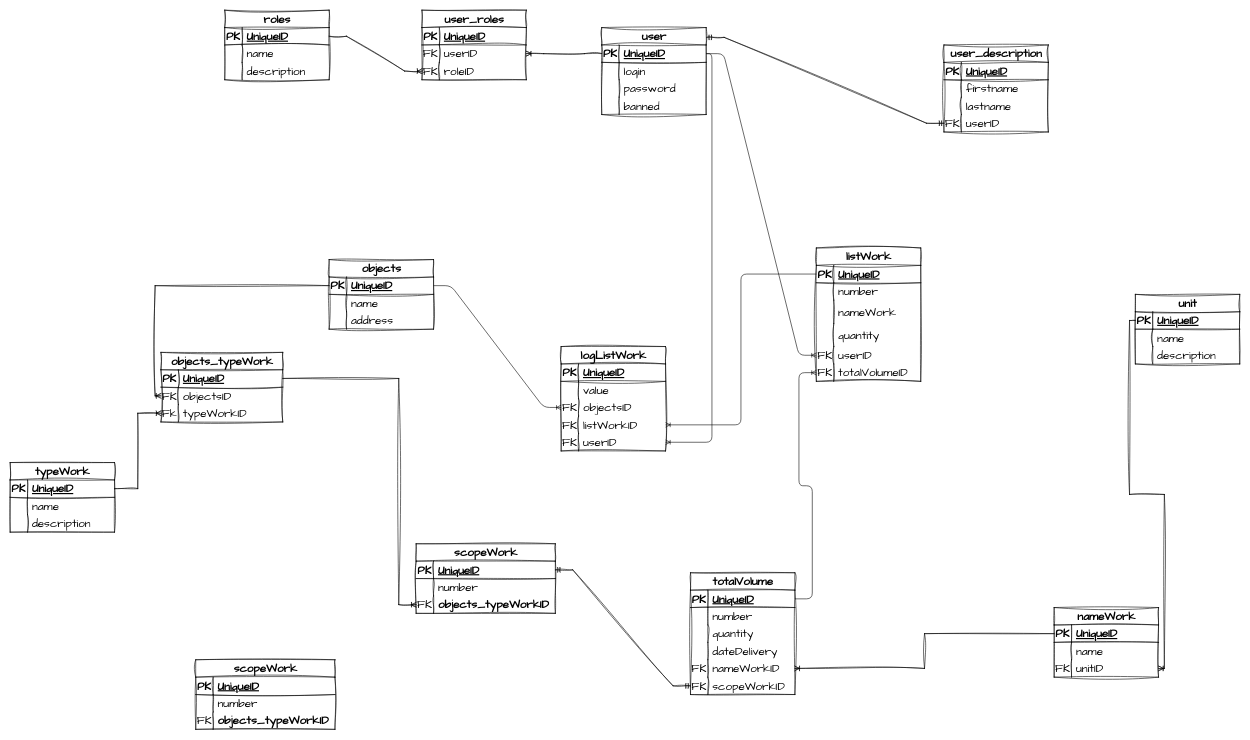
Above: scope.drawio in roman-kiselev/scopeWork (draw.io), before the change. Source tidied: cells renumbered, new cells numbered last; positions are measured from the earlier drawing's top-left corner, leaving out a move shared by most shapes. Both pictures are drawn from the tidied source at 58%, with x=0, y=0 at pixel (10, 10).
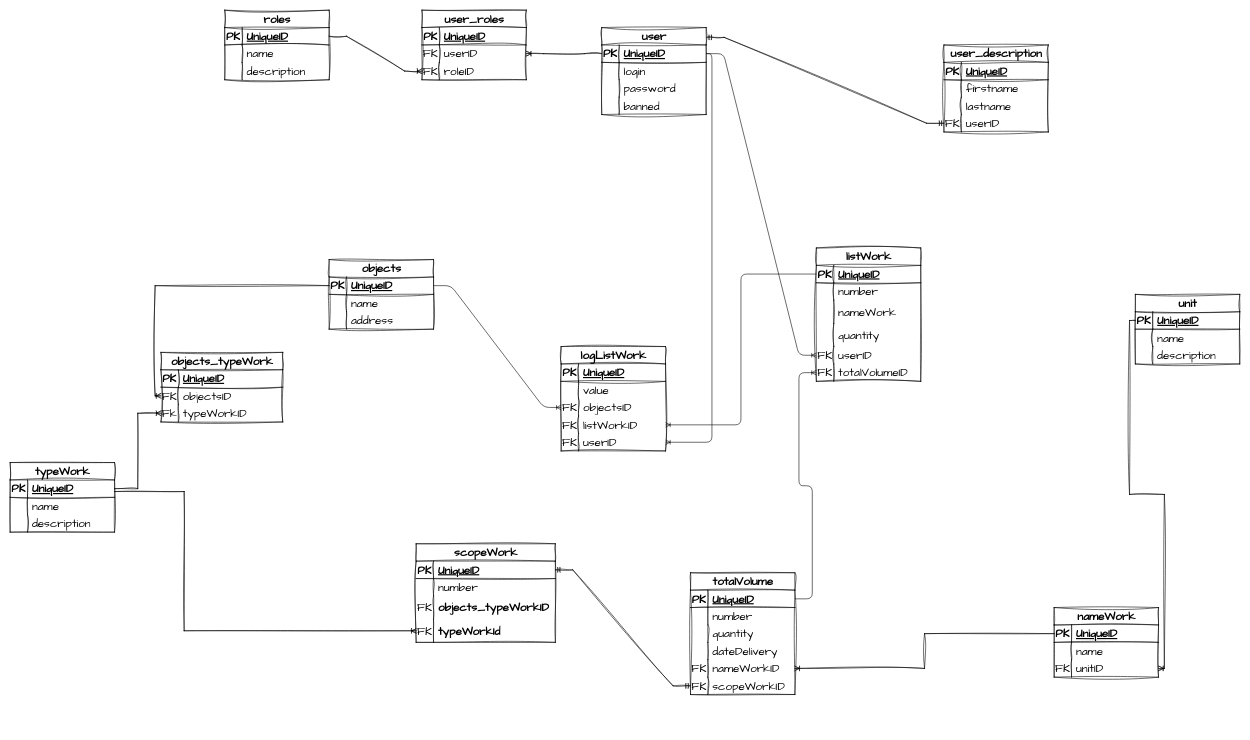
Above is the later version.

Unchanged cells that the change refers to:
```xml
<mxCell id="102" style="shape=tableRow;horizontal=0;startSize=0;swimlaneHead=0;swimlaneBody=0;fillColor=none;points=[[0,0.5],[1,0.5]];portConstraint=eastwest;top=0;left=0;right=0;bottom=1;sketch=1;hachureGap=4;jiggle=2;curveFitting=1;fontFamily=Architects Daughter;fontSize=20;" parent="101" vertex="1">
  <mxGeometry y="30" width="210" height="30" as="geometry" />
</mxCell>
```

Change to the diagram source:
```diff
@@
     <mxCell id="61" value="scopeWork" style="shape=table;startSize=30;childLayout=tableLayout;rowLines=0;fontStyle=1;align=center;html=1;sketch=1;hachureGap=4;jiggle=2;curveFitting=1;fontFamily=Architects Daughter;fontSize=20;" parent="1" vertex="1">
-      <mxGeometry x="700" y="920" width="240" height="120" as="geometry" />
+      <mxGeometry x="700" y="920" width="240" height="170" as="geometry" />
     </mxCell>
@@
     <mxCell id="68" style="shape=tableRow;horizontal=0;startSize=0;swimlaneHead=0;swimlaneBody=0;fillColor=none;points=[[0,0.5],[1,0.5]];portConstraint=eastwest;top=0;left=0;right=0;bottom=0;sketch=1;hachureGap=4;jiggle=2;curveFitting=1;fontFamily=Architects Daughter;fontSize=20;" parent="61" vertex="1">
-      <mxGeometry y="90" width="240" height="30" as="geometry" />
+      <mxGeometry y="90" width="240" height="40" as="geometry" />
     </mxCell>
     <mxCell id="69" value="FK" style="shape=partialRectangle;fillColor=none;top=0;left=0;bottom=0;right=0;overflow=hidden;whiteSpace=wrap;html=1;sketch=1;hachureGap=4;jiggle=2;curveFitting=1;fontFamily=Architects Daughter;fontSize=20;" parent="68" vertex="1">
-      <mxGeometry width="30" height="30" as="geometry" />
+      <mxGeometry width="30" height="40" as="geometry" />
     </mxCell>
     <mxCell id="70" value="&lt;span style=&quot;font-weight: 700; text-align: center;&quot;&gt;objects_typeWorkID&lt;/span&gt;" style="shape=partialRectangle;fillColor=none;top=0;left=0;bottom=0;right=0;align=left;spacingLeft=6;overflow=hidden;whiteSpace=wrap;html=1;sketch=1;hachureGap=4;jiggle=2;curveFitting=1;fontFamily=Architects Daughter;fontSize=20;" parent="68" vertex="1">
-      <mxGeometry x="30" width="210" height="30" as="geometry" />
+      <mxGeometry x="30" width="210" height="40" as="geometry" />
     </mxCell>
+    <mxCell id="186" style="shape=tableRow;horizontal=0;startSize=0;swimlaneHead=0;swimlaneBody=0;fillColor=none;points=[[0,0.5],[1,0.5]];portConstraint=eastwest;top=0;left=0;right=0;bottom=0;sketch=1;hachureGap=4;jiggle=2;curveFitting=1;fontFamily=Architects Daughter;fontSize=20;" parent="61" vertex="1">
+      <mxGeometry y="130" width="240" height="40" as="geometry" />
+    </mxCell>
+    <mxCell id="184" value="FK" style="shape=partialRectangle;fillColor=none;top=0;left=0;bottom=0;right=0;overflow=hidden;whiteSpace=wrap;html=1;sketch=1;hachureGap=4;jiggle=2;curveFitting=1;fontFamily=Architects Daughter;fontSize=20;" parent="186" vertex="1">
+      <mxGeometry width="30" height="40" as="geometry" />
+    </mxCell>
+    <mxCell id="187" value="&lt;span style=&quot;font-weight: 700; text-align: center;&quot;&gt;typeWorkId&lt;/span&gt;" style="shape=partialRectangle;fillColor=none;top=0;left=0;bottom=0;right=0;align=left;spacingLeft=6;overflow=hidden;whiteSpace=wrap;html=1;sketch=1;hachureGap=4;jiggle=2;curveFitting=1;fontFamily=Architects Daughter;fontSize=20;" parent="186" vertex="1">
+      <mxGeometry x="30" width="210" height="40" as="geometry" />
+    </mxCell>
@@
-    <mxCell id="113" style="edgeStyle=orthogonalEdgeStyle;fontSize=12;html=1;endArrow=ERoneToMany;rounded=0;sketch=1;hachureGap=4;jiggle=2;curveFitting=1;fontFamily=Architects Daughter;exitX=1;exitY=0.5;exitDx=0;exitDy=0;entryX=0;entryY=0.5;entryDx=0;entryDy=0;" parent="1" edge="1" source="102" target="68">
-      <mxGeometry relative="1" as="geometry">
-        <Array as="points">
-          <mxPoint x="670" y="635" />
-          <mxPoint x="670" y="1025" />
-        </Array>
-      </mxGeometry>
-    </mxCell>
@@
-    <mxCell id="176" value="scopeWork" style="shape=table;startSize=30;childLayout=tableLayout;rowLines=0;fontStyle=1;align=center;html=1;sketch=1;hachureGap=4;jiggle=2;curveFitting=1;fontFamily=Architects Daughter;fontSize=20;" parent="1" vertex="1">
-      <mxGeometry x="320" y="1120" width="240" height="120" as="geometry" />
-    </mxCell>
-    <mxCell id="177" style="shape=tableRow;horizontal=0;startSize=0;swimlaneHead=0;swimlaneBody=0;fillColor=none;top=0;left=0;right=0;bottom=1;sketch=1;hachureGap=4;jiggle=2;curveFitting=1;fontFamily=Architects Daughter;fontSize=20;" parent="176" vertex="1">
-      <mxGeometry y="30" width="240" height="30" as="geometry" />
-    </mxCell>
-    <mxCell id="178" value="PK" style="shape=partialRectangle;fillColor=none;top=0;left=0;bottom=0;right=0;fontStyle=1;overflow=hidden;whiteSpace=wrap;html=1;sketch=1;hachureGap=4;jiggle=2;curveFitting=1;fontFamily=Architects Daughter;fontSize=20;" parent="177" vertex="1">
-      <mxGeometry width="30" height="30" as="geometry" />
-    </mxCell>
-    <mxCell id="179" value="UniqueID" style="shape=partialRectangle;fillColor=none;top=0;left=0;bottom=0;right=0;align=left;spacingLeft=6;fontStyle=5;overflow=hidden;whiteSpace=wrap;html=1;sketch=1;hachureGap=4;jiggle=2;curveFitting=1;fontFamily=Architects Daughter;fontSize=20;" parent="177" vertex="1">
-      <mxGeometry x="30" width="210" height="30" as="geometry" />
-    </mxCell>
-    <mxCell id="180" style="shape=tableRow;horizontal=0;startSize=0;swimlaneHead=0;swimlaneBody=0;fillColor=none;top=0;left=0;right=0;bottom=0;sketch=1;hachureGap=4;jiggle=2;curveFitting=1;fontFamily=Architects Daughter;fontSize=20;" parent="176" vertex="1">
-      <mxGeometry y="60" width="240" height="30" as="geometry" />
-    </mxCell>
-    <mxCell id="181" style="shape=partialRectangle;fillColor=none;top=0;left=0;bottom=0;right=0;overflow=hidden;whiteSpace=wrap;html=1;sketch=1;hachureGap=4;jiggle=2;curveFitting=1;fontFamily=Architects Daughter;fontSize=20;" parent="180" vertex="1">
-      <mxGeometry width="30" height="30" as="geometry" />
-    </mxCell>
-    <mxCell id="182" value="number" style="shape=partialRectangle;fillColor=none;top=0;left=0;bottom=0;right=0;align=left;spacingLeft=6;overflow=hidden;whiteSpace=wrap;html=1;sketch=1;hachureGap=4;jiggle=2;curveFitting=1;fontFamily=Architects Daughter;fontSize=20;" parent="180" vertex="1">
-      <mxGeometry x="30" width="210" height="30" as="geometry" />
-    </mxCell>
-    <mxCell id="183" style="shape=tableRow;horizontal=0;startSize=0;swimlaneHead=0;swimlaneBody=0;fillColor=none;top=0;left=0;right=0;bottom=0;sketch=1;hachureGap=4;jiggle=2;curveFitting=1;fontFamily=Architects Daughter;fontSize=20;" parent="176" vertex="1">
-      <mxGeometry y="90" width="240" height="30" as="geometry" />
-    </mxCell>
-    <mxCell id="184" value="FK" style="shape=partialRectangle;fillColor=none;top=0;left=0;bottom=0;right=0;overflow=hidden;whiteSpace=wrap;html=1;sketch=1;hachureGap=4;jiggle=2;curveFitting=1;fontFamily=Architects Daughter;fontSize=20;" parent="183" vertex="1">
-      <mxGeometry width="30" height="30" as="geometry" />
-    </mxCell>
-    <mxCell id="185" value="&lt;span style=&quot;font-weight: 700; text-align: center;&quot;&gt;objects_typeWorkID&lt;/span&gt;" style="shape=partialRectangle;fillColor=none;top=0;left=0;bottom=0;right=0;align=left;spacingLeft=6;overflow=hidden;whiteSpace=wrap;html=1;sketch=1;hachureGap=4;jiggle=2;curveFitting=1;fontFamily=Architects Daughter;fontSize=20;" parent="183" vertex="1">
-      <mxGeometry x="30" width="210" height="30" as="geometry" />
+    <mxCell id="185" style="edgeStyle=orthogonalEdgeStyle;fontSize=12;html=1;endArrow=ERoneToMany;rounded=0;sketch=1;hachureGap=4;jiggle=2;curveFitting=1;fontFamily=Architects Daughter;entryX=0;entryY=0.5;entryDx=0;entryDy=0;" parent="1" edge="1" target="186">
+      <mxGeometry relative="1" as="geometry">
+        <mxPoint x="180" y="830" as="sourcePoint" />
+        <Array as="points">
+          <mxPoint x="300" y="830" />
+          <mxPoint x="300" y="1070" />
+        </Array>
+      </mxGeometry>
     </mxCell>
```
